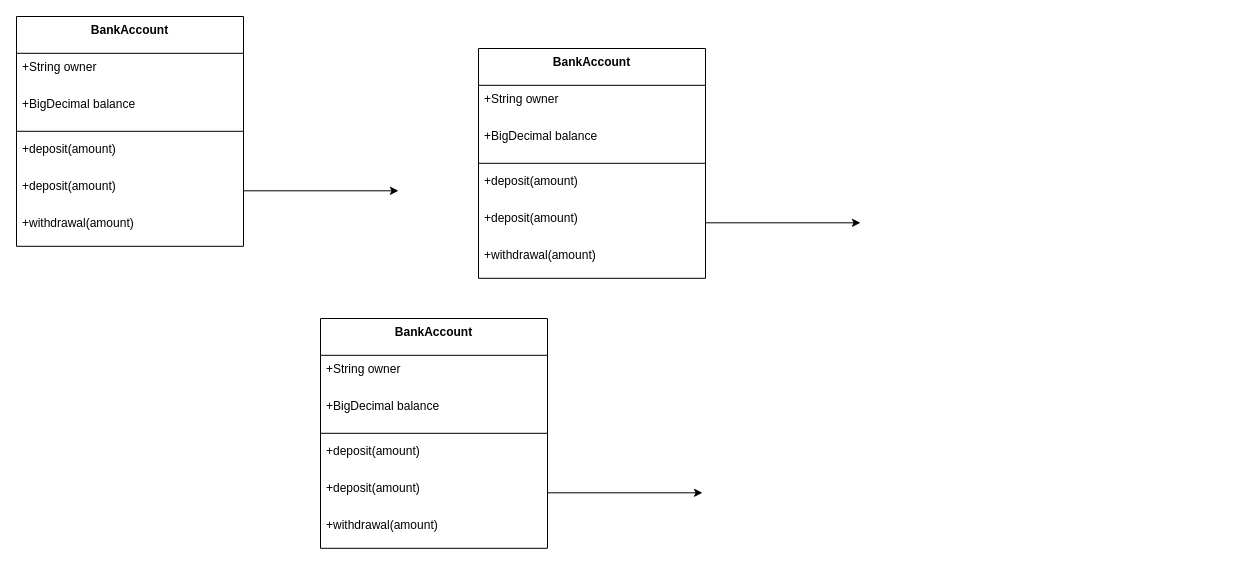
Above: Untitled Diagram.drawio in kvillacarillo/Draw-IO-Sample-Repository (draw.io), before the change. Source tidied: cells renumbered, new cells numbered last; positions are measured from the earlier drawing's top-left corner, leaving out a move shared by most shapes. Both pictures are drawn from the tidied source at 100%, with x=0, y=0 at pixel (16, 16).
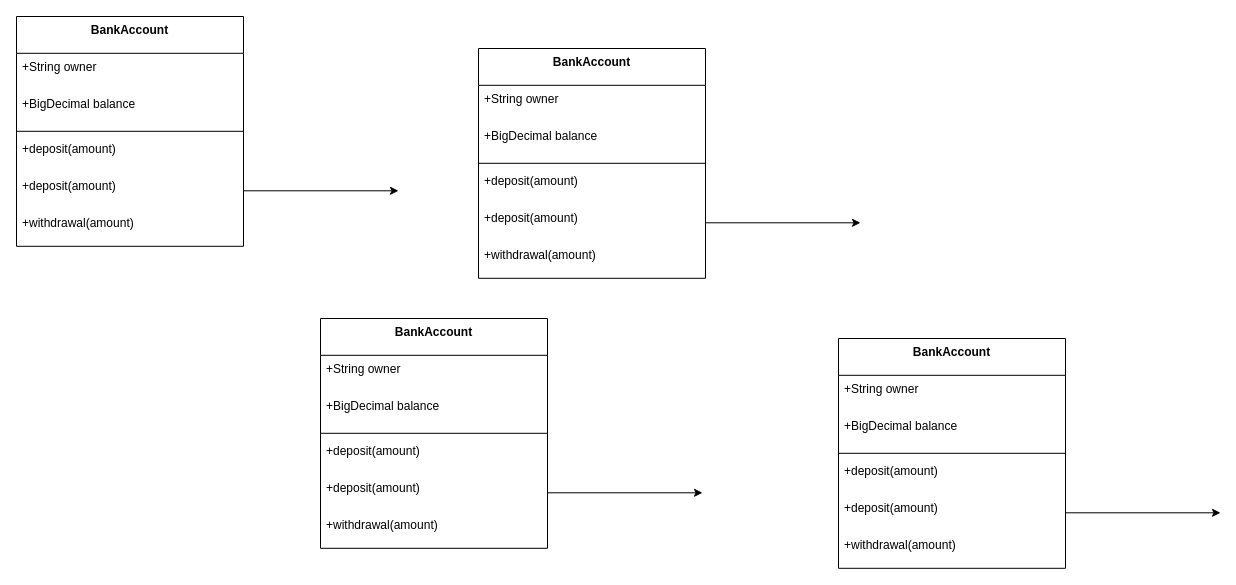
The same page after the edit.

The edit, as a diff of the source:
```diff
@@
+    <mxCell id="26" value="BankAccount" style="swimlane;fontStyle=1;align=center;verticalAlign=top;horizontal=1;startSize=36.8;" parent="1" vertex="1">
+      <mxGeometry x="822" y="322" width="227" height="229.8" as="geometry" />
+    </mxCell>
+    <mxCell id="27" value="+String owner" style="text;strokeColor=none;fillColor=none;align=left;verticalAlign=top;spacingLeft=4;spacingRight=4;overflow=hidden;" parent="26" vertex="1">
+      <mxGeometry y="36.8" width="227" height="37" as="geometry" />
+    </mxCell>
+    <mxCell id="28" value="+BigDecimal balance" style="text;strokeColor=none;fillColor=none;align=left;verticalAlign=top;spacingLeft=4;spacingRight=4;overflow=hidden;" parent="26" vertex="1">
+      <mxGeometry y="73.8" width="227" height="37" as="geometry" />
+    </mxCell>
+    <mxCell id="29" style="line;strokeWidth=1;fillColor=none;align=left;verticalAlign=middle;spacingTop=-1;spacingLeft=3;spacingRight=3;labelPosition=right;strokeColor=inherit;" parent="26" vertex="1">
+      <mxGeometry y="110.8" width="227" height="8" as="geometry" />
+    </mxCell>
+    <mxCell id="30" value="+deposit(amount)" style="text;strokeColor=none;fillColor=none;align=left;verticalAlign=top;spacingLeft=4;spacingRight=4;overflow=hidden;" parent="26" vertex="1">
+      <mxGeometry y="118.8" width="227" height="37" as="geometry" />
+    </mxCell>
+    <mxCell id="31" style="edgeStyle=orthogonalEdgeStyle;rounded=0;jettySize=auto;html=1;" parent="26" edge="1" source="32">
+      <mxGeometry relative="1" as="geometry">
+        <mxPoint x="382" y="174.3" as="targetPoint" />
+      </mxGeometry>
+    </mxCell>
+    <mxCell id="32" value="+deposit(amount)" style="text;strokeColor=none;fillColor=none;align=left;verticalAlign=top;spacingLeft=4;spacingRight=4;overflow=hidden;points=[[0,0.5],[1,0.5]];portConstraint=eastwest;" parent="26" vertex="1">
+      <mxGeometry y="155.8" width="227" height="37" as="geometry" />
+    </mxCell>
+    <mxCell id="33" value="+withdrawal(amount)" style="text;strokeColor=none;fillColor=none;align=left;verticalAlign=top;spacingLeft=4;spacingRight=4;overflow=hidden;" parent="26" vertex="1">
+      <mxGeometry y="192.8" width="227" height="37" as="geometry" />
+    </mxCell>
```
